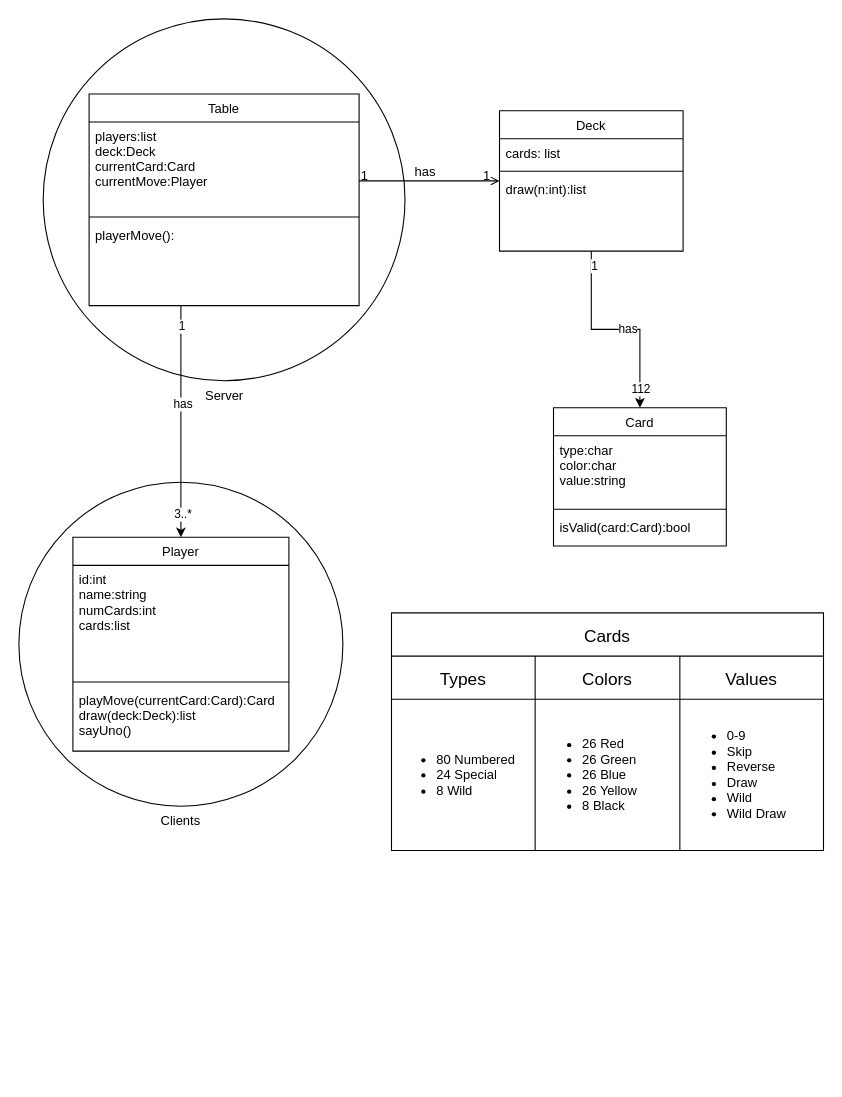
This is classDiagram.drawio from Shayan562/uno, a draw.io file, before an edit. Source tidied: cells renumbered, new cells numbered last; positions are measured from the earlier drawing's top-left corner, leaving out a move shared by most shapes. Both pictures are drawn from the tidied source at 108%, with x=0, y=0 at pixel (18, 18).
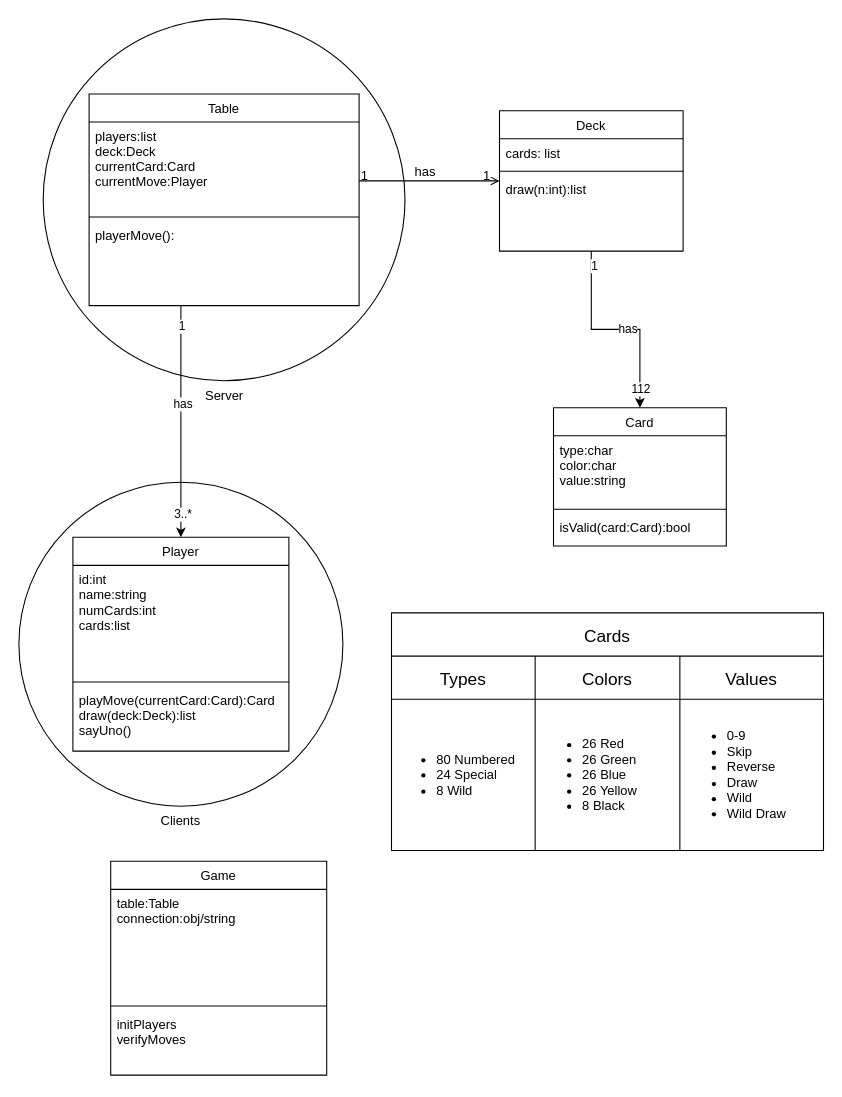
The same page after the edit.

Diff of the diagram source:
```diff
@@
+    <mxCell id="40" value="Game" style="swimlane;fontStyle=0;align=center;verticalAlign=top;horizontal=1;startSize=26;rounded=0;shadow=0;strokeWidth=1;" parent="1" vertex="1">
+      <mxGeometry x="85" y="780" width="200" height="198" as="geometry" />
+    </mxCell>
+    <mxCell id="41" value="table:Table&#10;connection:obj/string" style="text;align=left;verticalAlign=top;spacingLeft=4;spacingRight=4;overflow=hidden;" parent="40" vertex="1">
+      <mxGeometry y="26" width="200" height="104" as="geometry" />
+    </mxCell>
+    <mxCell id="42" style="line;html=1;strokeWidth=1;align=left;verticalAlign=middle;spacingTop=-1;spacingLeft=3;spacingRight=3;labelPosition=right;" parent="40" vertex="1">
+      <mxGeometry y="130" width="200" height="8" as="geometry" />
+    </mxCell>
+    <mxCell id="43" value="initPlayers&#10;verifyMoves" style="text;align=left;verticalAlign=top;spacingLeft=4;spacingRight=4;overflow=hidden;" parent="40" vertex="1">
+      <mxGeometry y="138" width="200" height="60" as="geometry" />
+    </mxCell>
```
